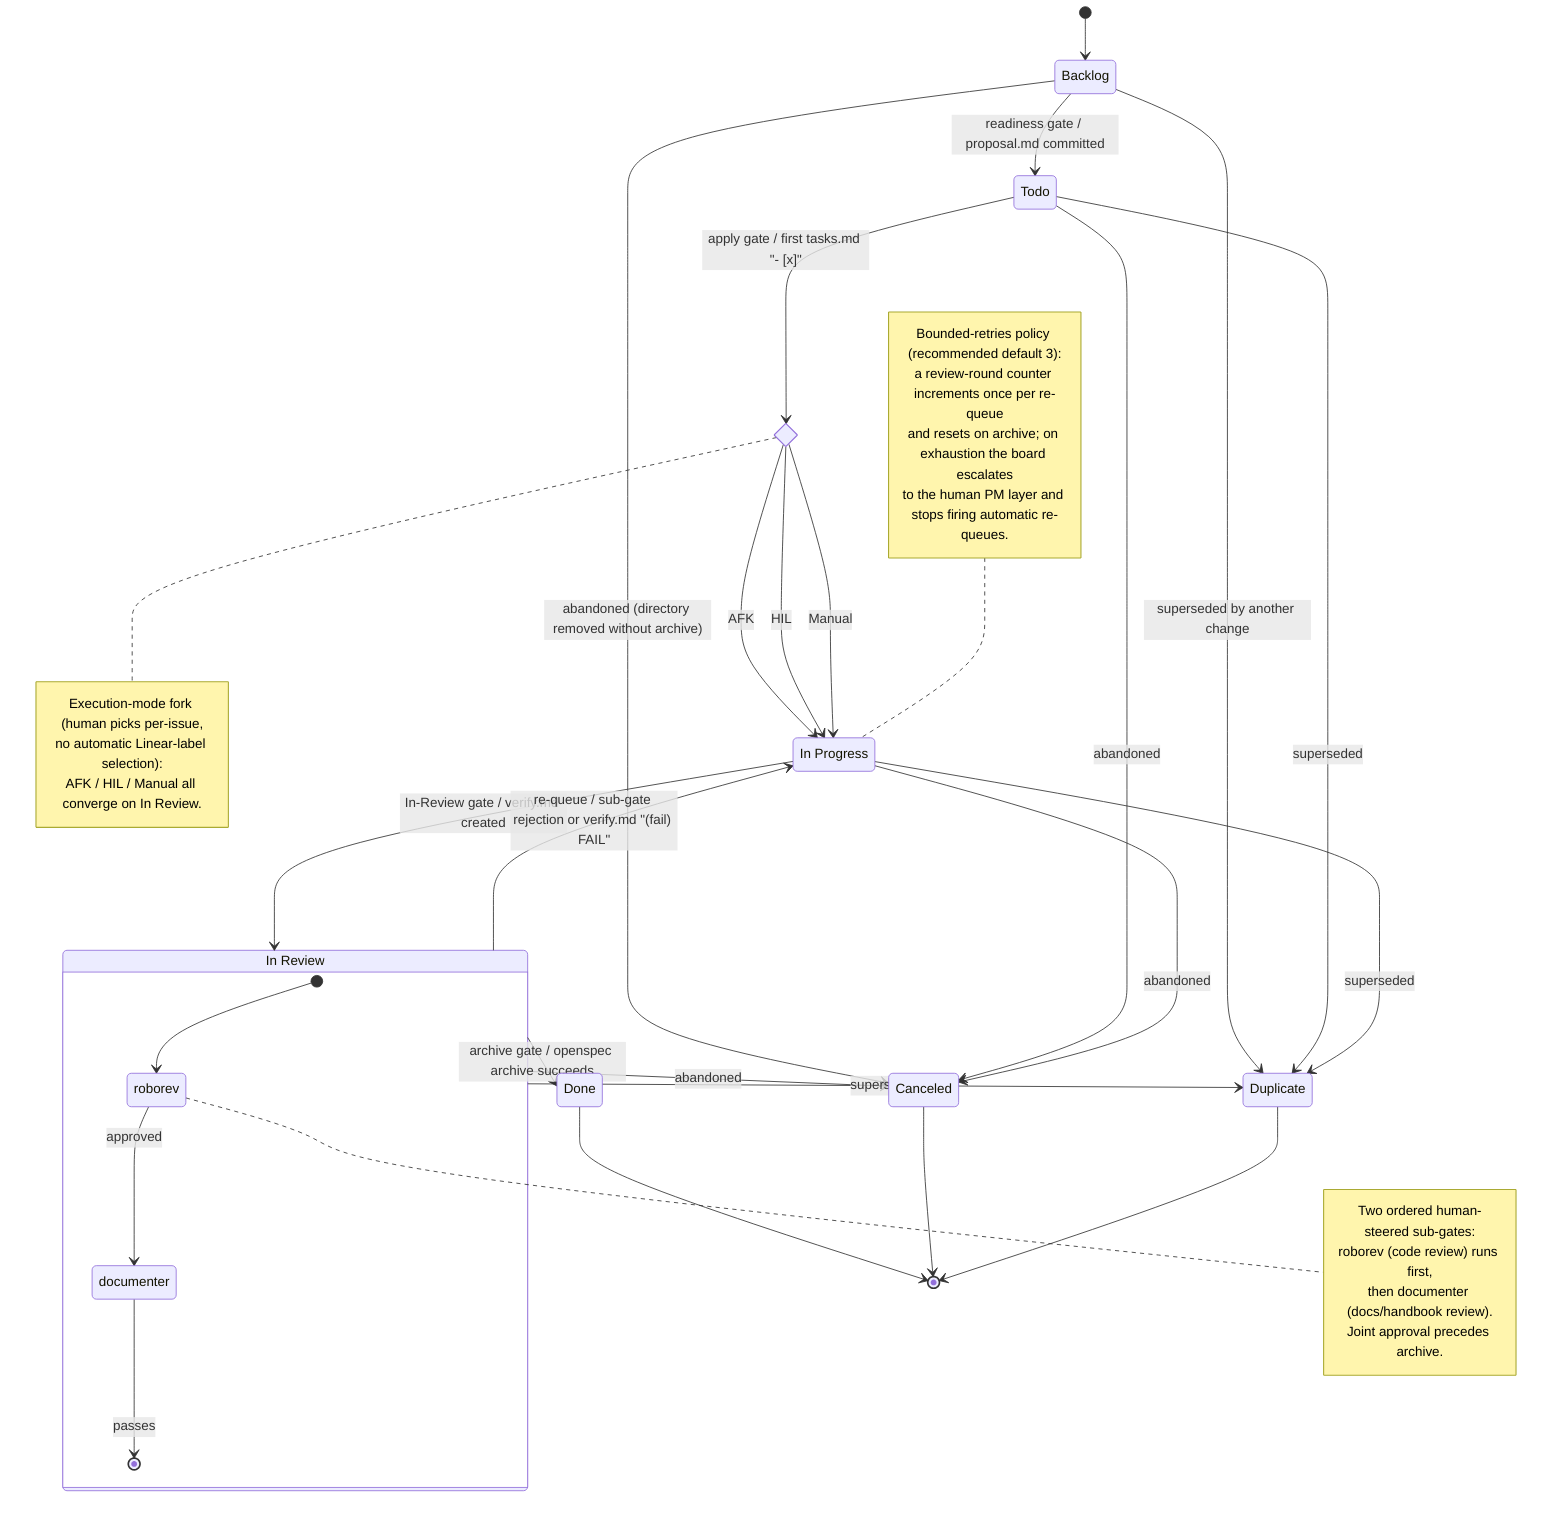
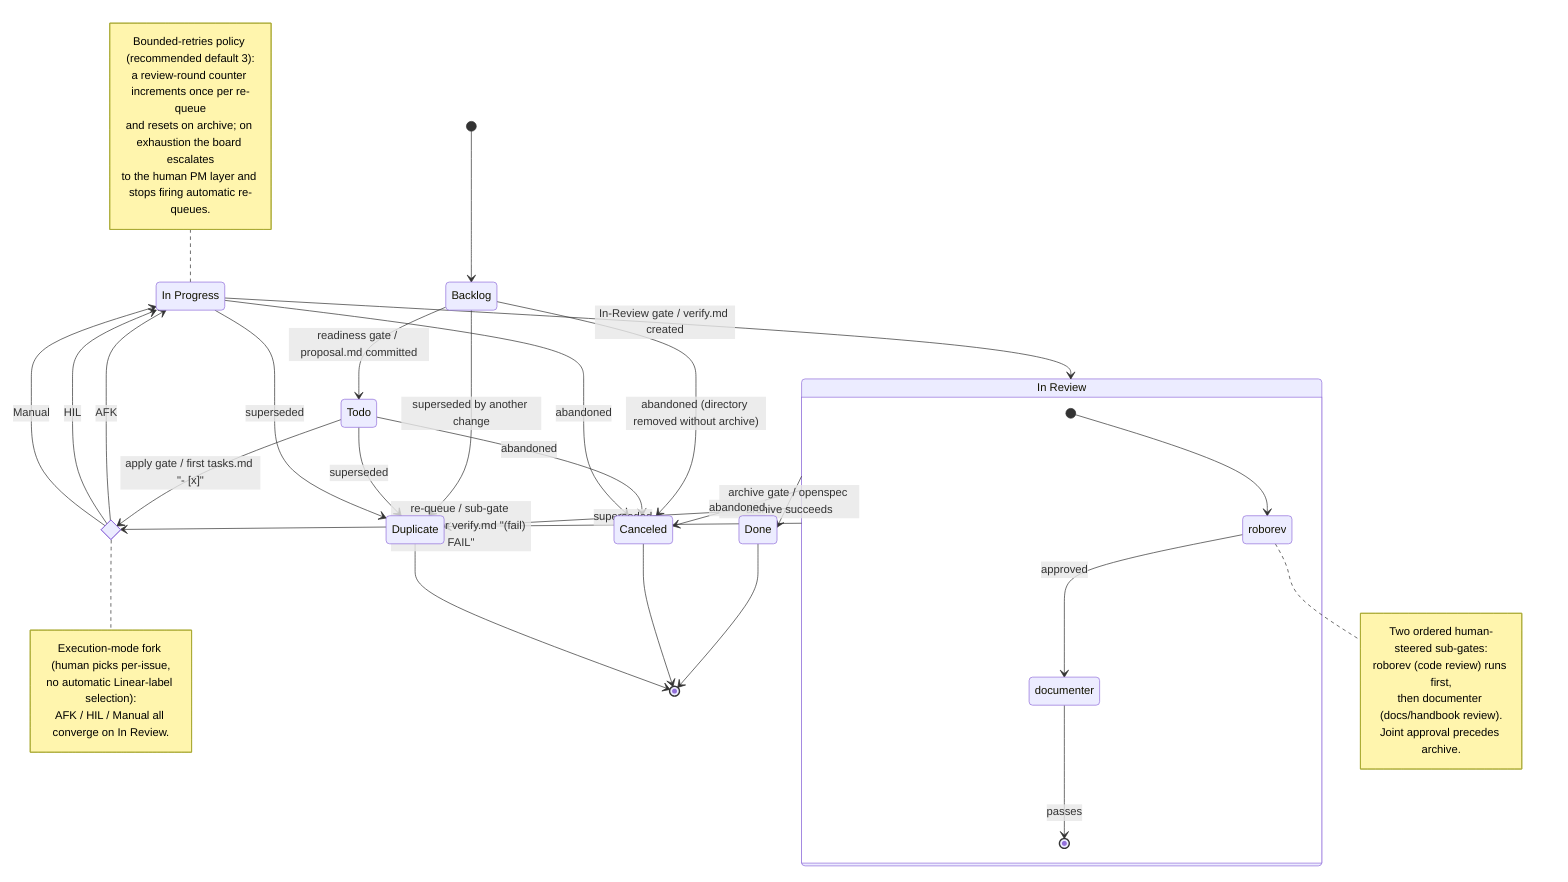
stateDiagram-v2
    %% The unified seven Linear-canonical states: five active, two inert terminals.
    %% Five active states pass in order; Canceled and Duplicate are inert terminals
    %% reachable from any active state, exactly like Backlog.

    %% Display name carries the spaces of the Linear-canonical "In Progress" state
    %% while the identifier stays space-free for valid transition syntax;
    %% "In Review" gets its display name on the composite declaration below.
    state "In Progress" as InProgress

    [*] --> Backlog

    %% --- The four file-anchored forward transitions ---
    %% readiness gate: proposal.md committed (brainstorm.md alone keeps the unit in Backlog).
    Backlog --> Todo: readiness gate / proposal.md committed

    %% apply gate fires at the Todo to In Progress boundary, which is also where the
    %% human picks the per-issue execution mode. The mode fork is the same apply gate
    %% regardless of mode; all three modes converge on In Review.
    state mode_fork <<choice>>
    Todo --> mode_fork: apply gate / first tasks.md "- [x]"
    note right of mode_fork
        Execution-mode fork (human picks per-issue,
        no automatic Linear-label selection):
        AFK / HIL / Manual all converge on In Review.
    end note
    mode_fork --> InProgress: AFK
    mode_fork --> InProgress: HIL
    mode_fork --> InProgress: Manual

    %% In-Review gate: verify.md created for the in-progress change.
    InProgress --> InReview: In-Review gate / verify.md created

    %% In Review decomposes into two ordered human-steered sub-gates;
    %% joint approval precedes the archive gate. Done is never reached before archive.
    state "In Review" as InReview {
        [*] --> roborev
        roborev --> documenter: approved
        documenter --> [*]: passes
        note right of roborev
            Two ordered human-steered sub-gates:
            roborev (code review) runs first,
            then documenter (docs/handbook review).
            Joint approval precedes archive.
        end note
    }

    %% archive gate: openspec archive succeeds (the sole anchor that fires Done).
    InReview --> Done: archive gate / openspec archive succeeds

    %% --- The shared re-queue ---
    %% A roborev or documenter rejection, or a verify.md "(fail) FAIL" Overall Decision,
    %% re-queues into In Progress above the mode fork so the unit re-selects its mode.
-     InReview --> InProgress: re-queue / sub-gate rejection or verify.md "(fail) FAIL"
+     InReview --> mode_fork: re-queue / sub-gate rejection or verify.md "(fail) FAIL"
    note left of InProgress
        Bounded-retries policy (recommended default 3):
        a review-round counter increments once per re-queue
        and resets on archive; on exhaustion the board escalates
        to the human PM layer and stops firing automatic re-queues.
    end note

    Done --> [*]

    %% --- Inert terminals, reachable from any active state ---
    Backlog --> Canceled: abandoned (directory removed without archive)
    Todo --> Canceled: abandoned
    InProgress --> Canceled: abandoned
    InReview --> Canceled: abandoned

    Backlog --> Duplicate: superseded by another change
    Todo --> Duplicate: superseded
    InProgress --> Duplicate: superseded
    InReview --> Duplicate: superseded

    Canceled --> [*]
    Duplicate --> [*]
